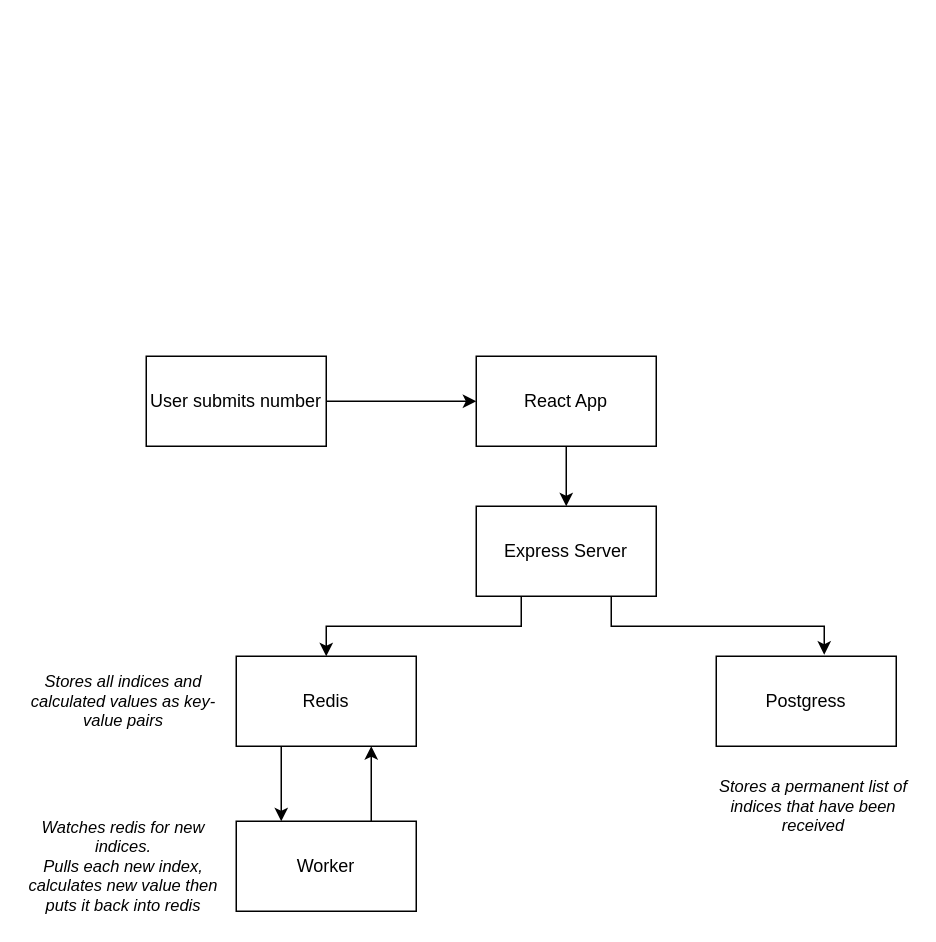
Earlier version of the draw.io diagram diagrams/Untitled Diagram.drawio (adil505/docker-complex-app). Source tidied: cells renumbered, new cells numbered last; positions are measured from the earlier drawing's top-left corner, leaving out a move shared by most shapes. Both pictures are drawn from the tidied source at 150%, with x=0, y=0 at pixel (26, 356).
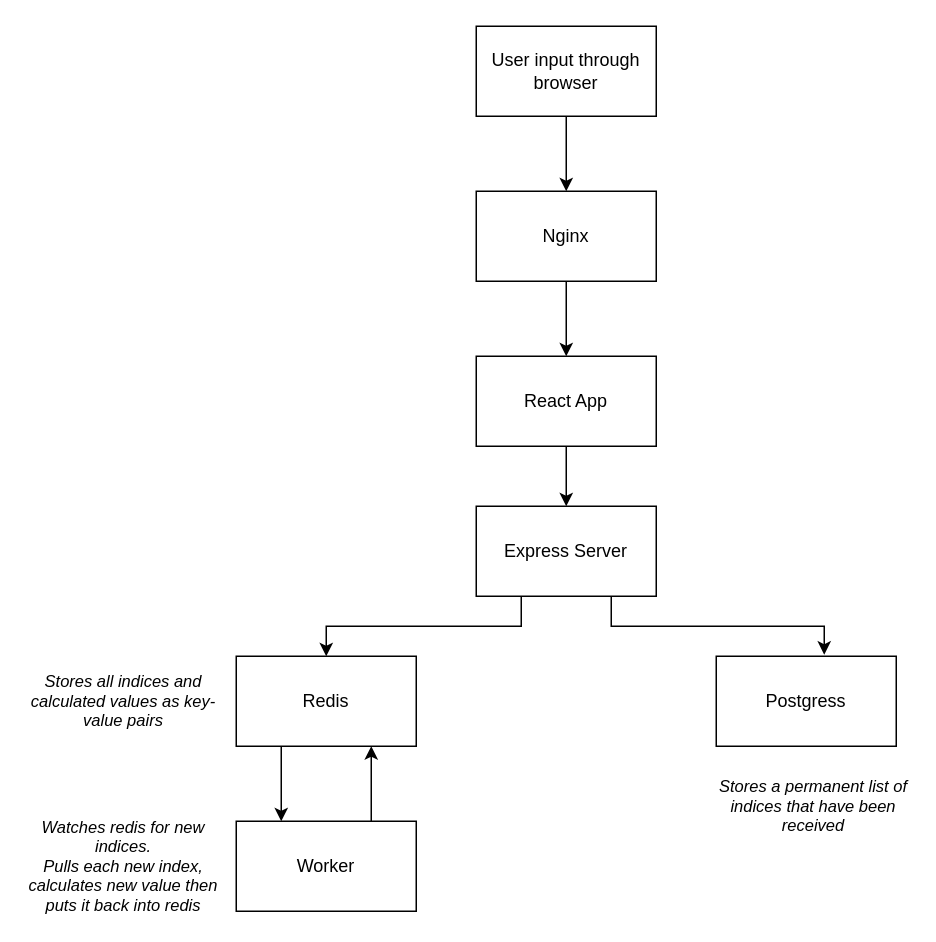
After the change.

What changed in the source:
```diff
@@
 <mxGraphModel>
   <root>
     <mxCell id="0" />
     <mxCell id="1" parent="0" />
+    <mxCell id="13" style="edgeStyle=orthogonalEdgeStyle;rounded=0;jettySize=auto;html=1;exitX=0.5;exitY=1;exitDx=0;exitDy=0;entryX=0.5;entryY=0;entryDx=0;entryDy=0;" parent="1" edge="1" source="2" target="4">
+      <mxGeometry relative="1" as="geometry" />
+    </mxCell>
-    <mxCell id="2" value="User submits number" style="rounded=0;whiteSpace=wrap;html=1;" parent="1" vertex="1">
-      <mxGeometry x="80" width="120" height="60" as="geometry" />
+    <mxCell id="2" value="Nginx" style="rounded=0;whiteSpace=wrap;html=1;" parent="1" vertex="1">
+      <mxGeometry x="300" y="-110" width="120" height="60" as="geometry" />
     </mxCell>
     <mxCell id="3" style="edgeStyle=orthogonalEdgeStyle;rounded=0;jettySize=auto;html=1;exitX=0.5;exitY=1;exitDx=0;exitDy=0;entryX=0.5;entryY=0;entryDx=0;entryDy=0;" parent="1" edge="1" source="4" target="7">
       <mxGeometry relative="1" as="geometry" />
     </mxCell>
     <mxCell id="4" value="React App" style="rounded=0;whiteSpace=wrap;html=1;" parent="1" vertex="1">
       <mxGeometry x="300" width="120" height="60" as="geometry" />
     </mxCell>
     <mxCell id="5" style="edgeStyle=orthogonalEdgeStyle;rounded=0;jettySize=auto;html=1;exitX=0.25;exitY=1;exitDx=0;exitDy=0;entryX=0.5;entryY=0;entryDx=0;entryDy=0;" parent="1" edge="1" source="7" target="9">
       <mxGeometry relative="1" as="geometry" />
     </mxCell>
     <mxCell id="6" style="edgeStyle=orthogonalEdgeStyle;rounded=0;jettySize=auto;html=1;exitX=0.75;exitY=1;exitDx=0;exitDy=0;entryX=0.6;entryY=-0.017;entryDx=0;entryDy=0;entryPerimeter=0;" parent="1" edge="1" source="7" target="10">
       <mxGeometry relative="1" as="geometry" />
     </mxCell>
     <mxCell id="7" value="Express Server" style="rounded=0;whiteSpace=wrap;html=1;" parent="1" vertex="1">
       <mxGeometry x="300" y="100" width="120" height="60" as="geometry" />
     </mxCell>
     <mxCell id="8" style="edgeStyle=orthogonalEdgeStyle;rounded=0;jettySize=auto;html=1;exitX=0.25;exitY=1;exitDx=0;exitDy=0;entryX=0.25;entryY=0;entryDx=0;entryDy=0;" parent="1" edge="1" source="9" target="12">
       <mxGeometry relative="1" as="geometry" />
     </mxCell>
     <mxCell id="9" value="Redis" style="rounded=0;whiteSpace=wrap;html=1;" parent="1" vertex="1">
       <mxGeometry x="140" y="200" width="120" height="60" as="geometry" />
     </mxCell>
     <mxCell id="10" value="Postgress" style="rounded=0;whiteSpace=wrap;html=1;" parent="1" vertex="1">
       <mxGeometry x="460" y="200" width="120" height="60" as="geometry" />
     </mxCell>
     <mxCell id="11" style="edgeStyle=orthogonalEdgeStyle;rounded=0;jettySize=auto;html=1;exitX=0.75;exitY=0;exitDx=0;exitDy=0;entryX=0.75;entryY=1;entryDx=0;entryDy=0;" parent="1" edge="1" source="12" target="9">
       <mxGeometry relative="1" as="geometry" />
     </mxCell>
     <mxCell id="12" value="Worker" style="rounded=0;whiteSpace=wrap;html=1;" parent="1" vertex="1">
       <mxGeometry x="140" y="310" width="120" height="60" as="geometry" />
     </mxCell>
-    <mxCell id="13" style="endArrow=classic;html=1;exitX=1;exitY=0.5;exitDx=0;exitDy=0;entryX=0;entryY=0.5;entryDx=0;entryDy=0;" parent="1" edge="1" source="2" target="4">
-      <mxGeometry relative="1" as="geometry" />
-    </mxCell>
     <mxCell id="14" value="Stores all indices and calculated values as key-value pairs" style="text;html=1;strokeColor=none;fillColor=none;align=center;verticalAlign=middle;whiteSpace=wrap;rounded=0;fontStyle=2;fontSize=11;" parent="1" vertex="1">
       <mxGeometry y="200" width="130" height="60" as="geometry" />
     </mxCell>
     <mxCell id="15" value="Watches redis for new indices.&lt;br style=&quot;font-size: 11px;&quot;&gt;Pulls each new index, calculates new value then puts it back into redis" style="text;html=1;strokeColor=none;fillColor=none;align=center;verticalAlign=middle;whiteSpace=wrap;rounded=0;fontStyle=2;fontSize=11;" parent="1" vertex="1">
       <mxGeometry y="310" width="130" height="60" as="geometry" />
     </mxCell>
     <mxCell id="16" value="Stores a permanent list of indices that have been received" style="text;html=1;strokeColor=none;fillColor=none;align=center;verticalAlign=middle;whiteSpace=wrap;rounded=0;fontStyle=2;fontSize=11;" parent="1" vertex="1">
       <mxGeometry x="460" y="270" width="130" height="60" as="geometry" />
     </mxCell>
+    <mxCell id="17" style="edgeStyle=orthogonalEdgeStyle;rounded=0;jettySize=auto;html=1;exitX=0.5;exitY=1;exitDx=0;exitDy=0;entryX=0.5;entryY=0;entryDx=0;entryDy=0;" parent="1" edge="1" source="18" target="2">
+      <mxGeometry relative="1" as="geometry" />
+    </mxCell>
+    <mxCell id="18" value="User input through browser" style="rounded=0;whiteSpace=wrap;html=1;" parent="1" vertex="1">
+      <mxGeometry x="300" y="-220" width="120" height="60" as="geometry" />
+    </mxCell>
   </root>
 </mxGraphModel>
```
